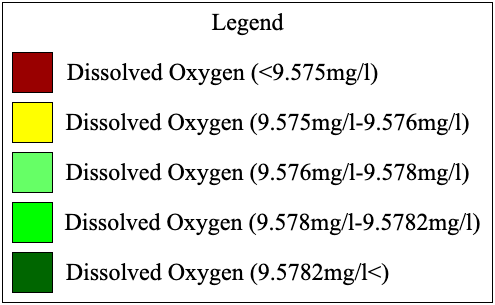
Above: static/dissolvedOxygenLegend.png in azhanmohammed/GalaxEye-PoHA (draw.io), before the change. Source tidied: cells renumbered, new cells last; positions are measured from the earlier drawing's top-left corner, leaving out a move shared by most shapes. The source it was exported from:
```xml
<mxGraphModel>
  <root>
    <mxCell id="0" />
    <mxCell id="1" parent="0" />
    <mxCell id="2" style="rounded=0;whiteSpace=wrap;html=1;" parent="1" vertex="1">
      <mxGeometry width="490" height="300" as="geometry" />
    </mxCell>
    <mxCell id="3" value="Legend" style="text;html=1;align=center;verticalAlign=middle;strokeColor=none;fillColor=none;fontFamily=Times New Roman;fontSize=24;" parent="1" vertex="1">
      <mxGeometry x="195" width="100" height="40" as="geometry" />
    </mxCell>
    <mxCell id="4" style="rounded=0;whiteSpace=wrap;html=1;fontFamily=Times New Roman;fontSize=24;fillColor=#990000;" parent="1" vertex="1">
      <mxGeometry x="10" y="50" width="40" height="40" as="geometry" />
    </mxCell>
    <mxCell id="5" style="rounded=0;whiteSpace=wrap;html=1;fontFamily=Times New Roman;fontSize=24;fillColor=#FFFF00;" parent="1" vertex="1">
      <mxGeometry x="10" y="100" width="40" height="40" as="geometry" />
    </mxCell>
    <mxCell id="6" value="Dissolved Oxygen (&amp;lt;9.575mg/l)" style="text;html=1;align=center;verticalAlign=middle;strokeColor=none;fillColor=none;fontFamily=Times New Roman;fontSize=24;" parent="1" vertex="1">
      <mxGeometry x="50" y="50" width="340" height="40" as="geometry" />
    </mxCell>
    <mxCell id="7" value="Dissolved Oxygen (9.575mg/l-9.576mg/l)" style="text;html=1;align=center;verticalAlign=middle;strokeColor=none;fillColor=none;fontFamily=Times New Roman;fontSize=24;" parent="1" vertex="1">
      <mxGeometry x="50" y="100" width="430" height="40" as="geometry" />
    </mxCell>
    <mxCell id="8" style="rounded=0;whiteSpace=wrap;html=1;fontFamily=Times New Roman;fontSize=24;fillColor=#66FF66;" parent="1" vertex="1">
      <mxGeometry x="10" y="150" width="40" height="40" as="geometry" />
    </mxCell>
    <mxCell id="9" style="rounded=0;whiteSpace=wrap;html=1;fontFamily=Times New Roman;fontSize=24;fillColor=#00FF00;" parent="1" vertex="1">
      <mxGeometry x="10" y="200" width="40" height="40" as="geometry" />
    </mxCell>
    <mxCell id="10" style="rounded=0;whiteSpace=wrap;html=1;fontFamily=Times New Roman;fontSize=24;fillColor=#006600;" parent="1" vertex="1">
      <mxGeometry x="10" y="250" width="40" height="40" as="geometry" />
    </mxCell>
    <mxCell id="11" value="Dissolved Oxygen (9.576mg/l-9.578mg/l)" style="text;html=1;align=center;verticalAlign=middle;strokeColor=none;fillColor=none;fontFamily=Times New Roman;fontSize=24;" parent="1" vertex="1">
      <mxGeometry x="50" y="150" width="430" height="40" as="geometry" />
    </mxCell>
    <mxCell id="12" value="Dissolved Oxygen (9.578mg/l-9.5782mg/l)" style="text;html=1;align=center;verticalAlign=middle;strokeColor=none;fillColor=none;fontFamily=Times New Roman;fontSize=24;" parent="1" vertex="1">
      <mxGeometry x="50" y="200" width="440" height="40" as="geometry" />
    </mxCell>
    <mxCell id="13" value="Dissolved Oxygen (9.5782mg/l&amp;lt;)" style="text;html=1;align=center;verticalAlign=middle;strokeColor=none;fillColor=none;fontFamily=Times New Roman;fontSize=24;" parent="1" vertex="1">
      <mxGeometry x="50" y="250" width="350" height="40" as="geometry" />
    </mxCell>
  </root>
</mxGraphModel>
```
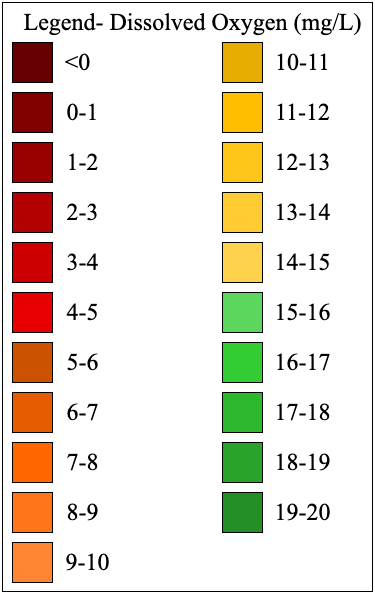
The same file after the commit.

What changed in the source:
```diff
@@ -3,40 +3,136 @@
     <mxCell id="0" />
     <mxCell id="1" parent="0" />
     <mxCell id="2" style="rounded=0;whiteSpace=wrap;html=1;" parent="1" vertex="1">
-      <mxGeometry width="490" height="300" as="geometry" />
+      <mxGeometry y="10" width="370" height="589" as="geometry" />
     </mxCell>
-    <mxCell id="3" value="Legend" style="text;html=1;align=center;verticalAlign=middle;strokeColor=none;fillColor=none;fontFamily=Times New Roman;fontSize=24;" parent="1" vertex="1">
-      <mxGeometry x="195" width="100" height="40" as="geometry" />
+    <mxCell id="3" value="Legend- Dissolved Oxygen (mg/L)" style="text;html=1;align=center;verticalAlign=middle;strokeColor=none;fillColor=none;fontFamily=Times New Roman;fontSize=24;" parent="1" vertex="1">
+      <mxGeometry x="10" y="10" width="360" height="40" as="geometry" />
     </mxCell>
-    <mxCell id="4" style="rounded=0;whiteSpace=wrap;html=1;fontFamily=Times New Roman;fontSize=24;fillColor=#990000;" parent="1" vertex="1">
+    <mxCell id="4" style="rounded=0;whiteSpace=wrap;html=1;fontFamily=Times New Roman;fontSize=24;fillColor=#660000;" parent="1" vertex="1">
       <mxGeometry x="10" y="50" width="40" height="40" as="geometry" />
     </mxCell>
-    <mxCell id="5" style="rounded=0;whiteSpace=wrap;html=1;fontFamily=Times New Roman;fontSize=24;fillColor=#FFFF00;" parent="1" vertex="1">
+    <mxCell id="5" style="rounded=0;whiteSpace=wrap;html=1;fontFamily=Times New Roman;fontSize=24;fillColor=#800000;" parent="1" vertex="1">
       <mxGeometry x="10" y="100" width="40" height="40" as="geometry" />
     </mxCell>
-    <mxCell id="6" value="Dissolved Oxygen (&amp;lt;9.575mg/l)" style="text;html=1;align=center;verticalAlign=middle;strokeColor=none;fillColor=none;fontFamily=Times New Roman;fontSize=24;" parent="1" vertex="1">
-      <mxGeometry x="50" y="50" width="340" height="40" as="geometry" />
-    </mxCell>
-    <mxCell id="7" value="Dissolved Oxygen (9.575mg/l-9.576mg/l)" style="text;html=1;align=center;verticalAlign=middle;strokeColor=none;fillColor=none;fontFamily=Times New Roman;fontSize=24;" parent="1" vertex="1">
-      <mxGeometry x="50" y="100" width="430" height="40" as="geometry" />
-    </mxCell>
-    <mxCell id="8" style="rounded=0;whiteSpace=wrap;html=1;fontFamily=Times New Roman;fontSize=24;fillColor=#66FF66;" parent="1" vertex="1">
+    <mxCell id="8" style="rounded=0;whiteSpace=wrap;html=1;fontFamily=Times New Roman;fontSize=24;fillColor=#990000;" parent="1" vertex="1">
       <mxGeometry x="10" y="150" width="40" height="40" as="geometry" />
     </mxCell>
-    <mxCell id="9" style="rounded=0;whiteSpace=wrap;html=1;fontFamily=Times New Roman;fontSize=24;fillColor=#00FF00;" parent="1" vertex="1">
+    <mxCell id="9" style="rounded=0;whiteSpace=wrap;html=1;fontFamily=Times New Roman;fontSize=24;fillColor=#b30000;" parent="1" vertex="1">
       <mxGeometry x="10" y="200" width="40" height="40" as="geometry" />
     </mxCell>
-    <mxCell id="10" style="rounded=0;whiteSpace=wrap;html=1;fontFamily=Times New Roman;fontSize=24;fillColor=#006600;" parent="1" vertex="1">
+    <mxCell id="10" style="rounded=0;whiteSpace=wrap;html=1;fontFamily=Times New Roman;fontSize=24;fillColor=#cc0000;" parent="1" vertex="1">
       <mxGeometry x="10" y="250" width="40" height="40" as="geometry" />
     </mxCell>
-    <mxCell id="11" value="Dissolved Oxygen (9.576mg/l-9.578mg/l)" style="text;html=1;align=center;verticalAlign=middle;strokeColor=none;fillColor=none;fontFamily=Times New Roman;fontSize=24;" parent="1" vertex="1">
-      <mxGeometry x="50" y="150" width="430" height="40" as="geometry" />
-    </mxCell>
-    <mxCell id="12" value="Dissolved Oxygen (9.578mg/l-9.5782mg/l)" style="text;html=1;align=center;verticalAlign=middle;strokeColor=none;fillColor=none;fontFamily=Times New Roman;fontSize=24;" parent="1" vertex="1">
-      <mxGeometry x="50" y="200" width="440" height="40" as="geometry" />
-    </mxCell>
-    <mxCell id="13" value="Dissolved Oxygen (9.5782mg/l&amp;lt;)" style="text;html=1;align=center;verticalAlign=middle;strokeColor=none;fillColor=none;fontFamily=Times New Roman;fontSize=24;" parent="1" vertex="1">
-      <mxGeometry x="50" y="250" width="350" height="40" as="geometry" />
-    </mxCell>
+    <mxCell id="14" style="rounded=0;whiteSpace=wrap;html=1;fontFamily=Times New Roman;fontSize=24;fillColor=#e60000;" parent="1" vertex="1">
+      <mxGeometry x="10" y="300" width="40" height="40" as="geometry" />
+    </mxCell>
+    <mxCell id="15" style="rounded=0;whiteSpace=wrap;html=1;fontFamily=Times New Roman;fontSize=24;fillColor=#cc5200;" parent="1" vertex="1">
+      <mxGeometry x="10" y="350" width="40" height="40" as="geometry" />
+    </mxCell>
+    <mxCell id="16" style="rounded=0;whiteSpace=wrap;html=1;fontFamily=Times New Roman;fontSize=24;fillColor=#e65c00;" parent="1" vertex="1">
+      <mxGeometry x="10" y="400" width="40" height="40" as="geometry" />
+    </mxCell>
+    <mxCell id="17" style="rounded=0;whiteSpace=wrap;html=1;fontFamily=Times New Roman;fontSize=24;fillColor=#ff6600;" parent="1" vertex="1">
+      <mxGeometry x="10" y="450" width="40" height="40" as="geometry" />
+    </mxCell>
+    <mxCell id="18" style="rounded=0;whiteSpace=wrap;html=1;fontFamily=Times New Roman;fontSize=24;fillColor=#ff751a;" parent="1" vertex="1">
+      <mxGeometry x="10" y="500" width="40" height="40" as="geometry" />
+    </mxCell>
+    <mxCell id="19" style="rounded=0;whiteSpace=wrap;html=1;fontFamily=Times New Roman;fontSize=24;fillColor=#ff8533;" parent="1" vertex="1">
+      <mxGeometry x="10" y="550" width="40" height="40" as="geometry" />
+    </mxCell>
+    <mxCell id="20" style="rounded=0;whiteSpace=wrap;html=1;fontFamily=Times New Roman;fontSize=24;fillColor=#e6ac00;" parent="1" vertex="1">
+      <mxGeometry x="220" y="50" width="40" height="40" as="geometry" />
+    </mxCell>
+    <mxCell id="21" style="rounded=0;whiteSpace=wrap;html=1;fontFamily=Times New Roman;fontSize=24;fillColor=#ffbf00;" parent="1" vertex="1">
+      <mxGeometry x="220" y="100" width="40" height="40" as="geometry" />
+    </mxCell>
+    <mxCell id="22" style="rounded=0;whiteSpace=wrap;html=1;fontFamily=Times New Roman;fontSize=24;fillColor=#FFC61a;" parent="1" vertex="1">
+      <mxGeometry x="220" y="150" width="40" height="40" as="geometry" />
+    </mxCell>
+    <mxCell id="23" style="rounded=0;whiteSpace=wrap;html=1;fontFamily=Times New Roman;fontSize=24;fillColor=#ffcc33;" parent="1" vertex="1">
+      <mxGeometry x="220" y="200" width="40" height="40" as="geometry" />
+    </mxCell>
+    <mxCell id="24" style="rounded=0;whiteSpace=wrap;html=1;fontFamily=Times New Roman;fontSize=24;fillColor=#FFd24d;" parent="1" vertex="1">
+      <mxGeometry x="220" y="250" width="40" height="40" as="geometry" />
+    </mxCell>
+    <mxCell id="25" style="rounded=0;whiteSpace=wrap;html=1;fontFamily=Times New Roman;fontSize=24;fillColor=#5cd65c;" parent="1" vertex="1">
+      <mxGeometry x="220" y="300" width="40" height="40" as="geometry" />
+    </mxCell>
+    <mxCell id="26" style="rounded=0;whiteSpace=wrap;html=1;fontFamily=Times New Roman;fontSize=24;fillColor=#33cc33;" parent="1" vertex="1">
+      <mxGeometry x="220" y="350" width="40" height="40" as="geometry" />
+    </mxCell>
+    <mxCell id="27" style="rounded=0;whiteSpace=wrap;html=1;fontFamily=Times New Roman;fontSize=24;fillColor=#2eb82e;" parent="1" vertex="1">
+      <mxGeometry x="220" y="400" width="40" height="40" as="geometry" />
+    </mxCell>
+    <mxCell id="28" style="rounded=0;whiteSpace=wrap;html=1;fontFamily=Times New Roman;fontSize=24;fillColor=#29a329;" parent="1" vertex="1">
+      <mxGeometry x="220" y="450" width="40" height="40" as="geometry" />
+    </mxCell>
+    <mxCell id="29" style="rounded=0;whiteSpace=wrap;html=1;fontFamily=Times New Roman;fontSize=24;fillColor=#248f24;" parent="1" vertex="1">
+      <mxGeometry x="220" y="500" width="40" height="40" as="geometry" />
+    </mxCell>
+    <mxCell id="30" value="&amp;lt;0" style="text;html=1;align=center;verticalAlign=middle;strokeColor=none;fillColor=none;fontSize=24;fontFamily=Times New Roman;fontColor=#000000;" parent="1" vertex="1">
+      <mxGeometry x="50" y="50" width="50" height="40" as="geometry" />
+    </mxCell>
+    <mxCell id="31" value="0-1" style="text;html=1;align=center;verticalAlign=middle;strokeColor=none;fillColor=none;fontSize=24;fontFamily=Times New Roman;fontColor=#000000;" parent="1" vertex="1">
+      <mxGeometry x="50" y="100" width="60" height="40" as="geometry" />
+    </mxCell>
+    <mxCell id="32" value="1-2" style="text;html=1;align=center;verticalAlign=middle;strokeColor=none;fillColor=none;fontSize=24;fontFamily=Times New Roman;fontColor=#000000;" parent="1" vertex="1">
+      <mxGeometry x="50" y="150" width="60" height="40" as="geometry" />
+    </mxCell>
+    <mxCell id="33" value="2-3" style="text;html=1;align=center;verticalAlign=middle;strokeColor=none;fillColor=none;fontSize=24;fontFamily=Times New Roman;fontColor=#000000;" parent="1" vertex="1">
+      <mxGeometry x="50" y="200" width="60" height="40" as="geometry" />
+    </mxCell>
+    <mxCell id="34" value="3-4" style="text;html=1;align=center;verticalAlign=middle;strokeColor=none;fillColor=none;fontSize=24;fontFamily=Times New Roman;fontColor=#000000;" parent="1" vertex="1">
+      <mxGeometry x="50" y="250" width="60" height="40" as="geometry" />
+    </mxCell>
+    <mxCell id="35" value="4-5" style="text;html=1;align=center;verticalAlign=middle;strokeColor=none;fillColor=none;fontSize=24;fontFamily=Times New Roman;fontColor=#000000;" parent="1" vertex="1">
+      <mxGeometry x="50" y="300" width="60" height="40" as="geometry" />
+    </mxCell>
+    <mxCell id="36" value="5-6" style="text;html=1;align=center;verticalAlign=middle;strokeColor=none;fillColor=none;fontSize=24;fontFamily=Times New Roman;fontColor=#000000;" parent="1" vertex="1">
+      <mxGeometry x="50" y="350" width="60" height="40" as="geometry" />
+    </mxCell>
+    <mxCell id="37" value="6-7" style="text;html=1;align=center;verticalAlign=middle;strokeColor=none;fillColor=none;fontSize=24;fontFamily=Times New Roman;fontColor=#000000;" parent="1" vertex="1">
+      <mxGeometry x="50" y="400" width="60" height="40" as="geometry" />
+    </mxCell>
+    <mxCell id="38" value="7-8" style="text;html=1;align=center;verticalAlign=middle;strokeColor=none;fillColor=none;fontSize=24;fontFamily=Times New Roman;fontColor=#000000;" parent="1" vertex="1">
+      <mxGeometry x="50" y="450" width="60" height="40" as="geometry" />
+    </mxCell>
+    <mxCell id="39" value="8-9" style="text;html=1;align=center;verticalAlign=middle;strokeColor=none;fillColor=none;fontSize=24;fontFamily=Times New Roman;fontColor=#000000;" parent="1" vertex="1">
+      <mxGeometry x="50" y="500" width="60" height="40" as="geometry" />
+    </mxCell>
+    <mxCell id="40" value="9-10" style="text;html=1;align=center;verticalAlign=middle;strokeColor=none;fillColor=none;fontSize=24;fontFamily=Times New Roman;fontColor=#000000;" parent="1" vertex="1">
+      <mxGeometry x="50" y="550" width="70" height="40" as="geometry" />
+    </mxCell>
+    <mxCell id="41" value="10-11" style="text;html=1;align=center;verticalAlign=middle;strokeColor=none;fillColor=none;fontSize=24;fontFamily=Times New Roman;fontColor=#000000;" parent="1" vertex="1">
+      <mxGeometry x="260" y="50" width="80" height="40" as="geometry" />
+    </mxCell>
+    <mxCell id="42" value="11-12" style="text;html=1;align=center;verticalAlign=middle;strokeColor=none;fillColor=none;fontSize=24;fontFamily=Times New Roman;fontColor=#000000;" parent="1" vertex="1">
+      <mxGeometry x="260" y="100" width="80" height="40" as="geometry" />
+    </mxCell>
+    <mxCell id="43" value="12-13" style="text;html=1;align=center;verticalAlign=middle;strokeColor=none;fillColor=none;fontSize=24;fontFamily=Times New Roman;fontColor=#000000;" parent="1" vertex="1">
+      <mxGeometry x="260" y="150" width="80" height="40" as="geometry" />
+    </mxCell>
+    <mxCell id="44" value="13-14" style="text;html=1;align=center;verticalAlign=middle;strokeColor=none;fillColor=none;fontSize=24;fontFamily=Times New Roman;fontColor=#000000;" parent="1" vertex="1">
+      <mxGeometry x="260" y="200" width="80" height="40" as="geometry" />
+    </mxCell>
+    <mxCell id="45" value="14-15" style="text;html=1;align=center;verticalAlign=middle;strokeColor=none;fillColor=none;fontSize=24;fontFamily=Times New Roman;fontColor=#000000;" parent="1" vertex="1">
+      <mxGeometry x="260" y="250" width="80" height="40" as="geometry" />
+    </mxCell>
+    <mxCell id="46" value="15-16" style="text;html=1;align=center;verticalAlign=middle;strokeColor=none;fillColor=none;fontSize=24;fontFamily=Times New Roman;fontColor=#000000;" parent="1" vertex="1">
+      <mxGeometry x="260" y="300" width="80" height="40" as="geometry" />
+    </mxCell>
+    <mxCell id="47" value="16-17" style="text;html=1;align=center;verticalAlign=middle;strokeColor=none;fillColor=none;fontSize=24;fontFamily=Times New Roman;fontColor=#000000;" parent="1" vertex="1">
+      <mxGeometry x="260" y="350" width="80" height="40" as="geometry" />
+    </mxCell>
+    <mxCell id="48" value="17-18" style="text;html=1;align=center;verticalAlign=middle;strokeColor=none;fillColor=none;fontSize=24;fontFamily=Times New Roman;fontColor=#000000;" parent="1" vertex="1">
+      <mxGeometry x="260" y="400" width="80" height="40" as="geometry" />
+    </mxCell>
+    <mxCell id="49" value="18-19" style="text;html=1;align=center;verticalAlign=middle;strokeColor=none;fillColor=none;fontSize=24;fontFamily=Times New Roman;fontColor=#000000;" parent="1" vertex="1">
+      <mxGeometry x="260" y="450" width="80" height="40" as="geometry" />
+    </mxCell>
+    <mxCell id="50" value="19-20" style="text;html=1;align=center;verticalAlign=middle;strokeColor=none;fillColor=none;fontSize=24;fontFamily=Times New Roman;fontColor=#000000;" parent="1" vertex="1">
+      <mxGeometry x="260" y="500" width="80" height="40" as="geometry" />
+    </mxCell>
   </root>
 </mxGraphModel>
```
